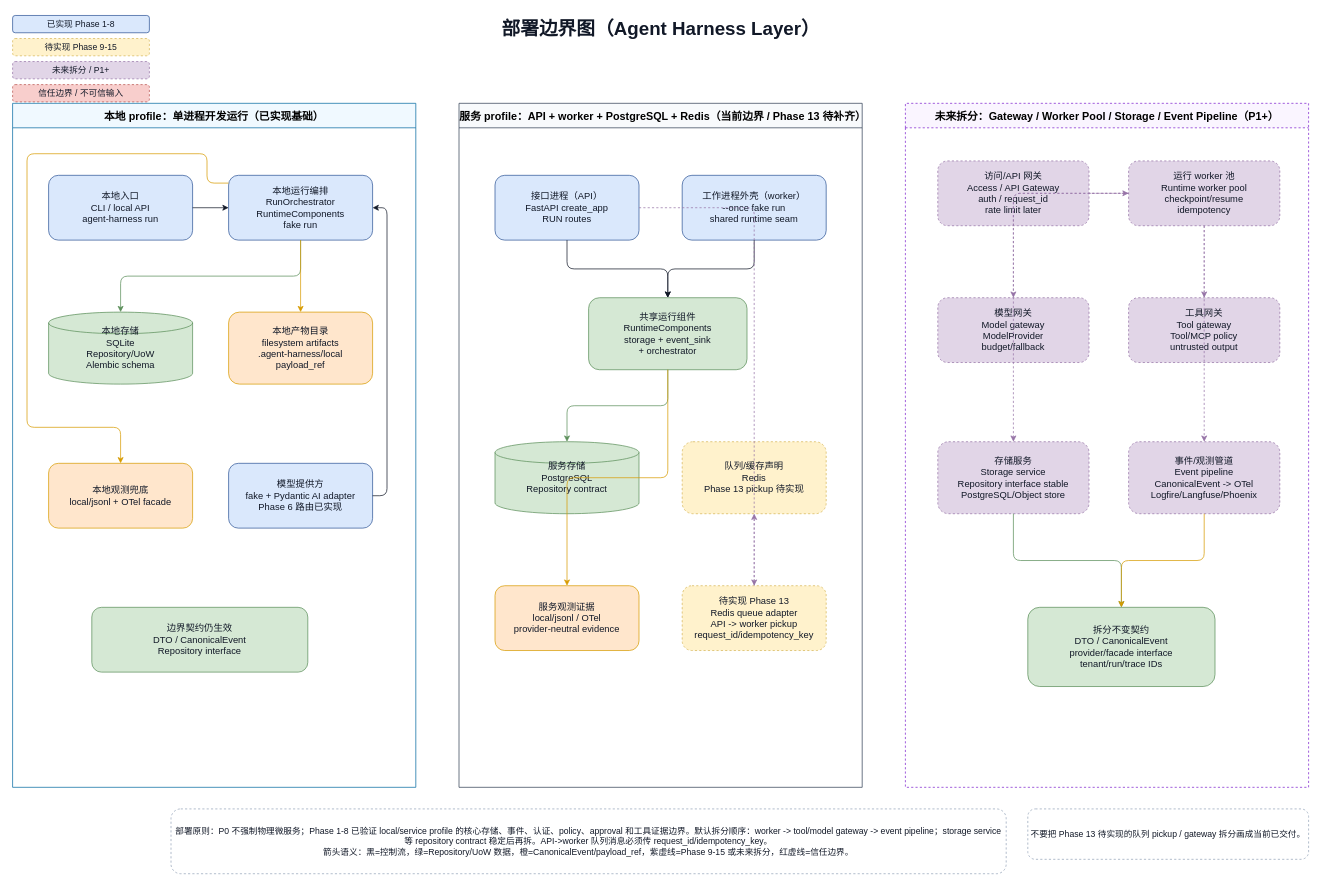
Before: docs/architecture/agent-harness-deployment-boundaries.drawio in wdmcheng/agent-harness-layer, a draw.io diagram. Source tidied: cells renumbered, new cells numbered last; positions are measured from the earlier drawing's top-left corner, leaving out a move shared by most shapes. Both pictures are drawn from the tidied source at 72%, with x=0, y=0 at pixel (12, 12).
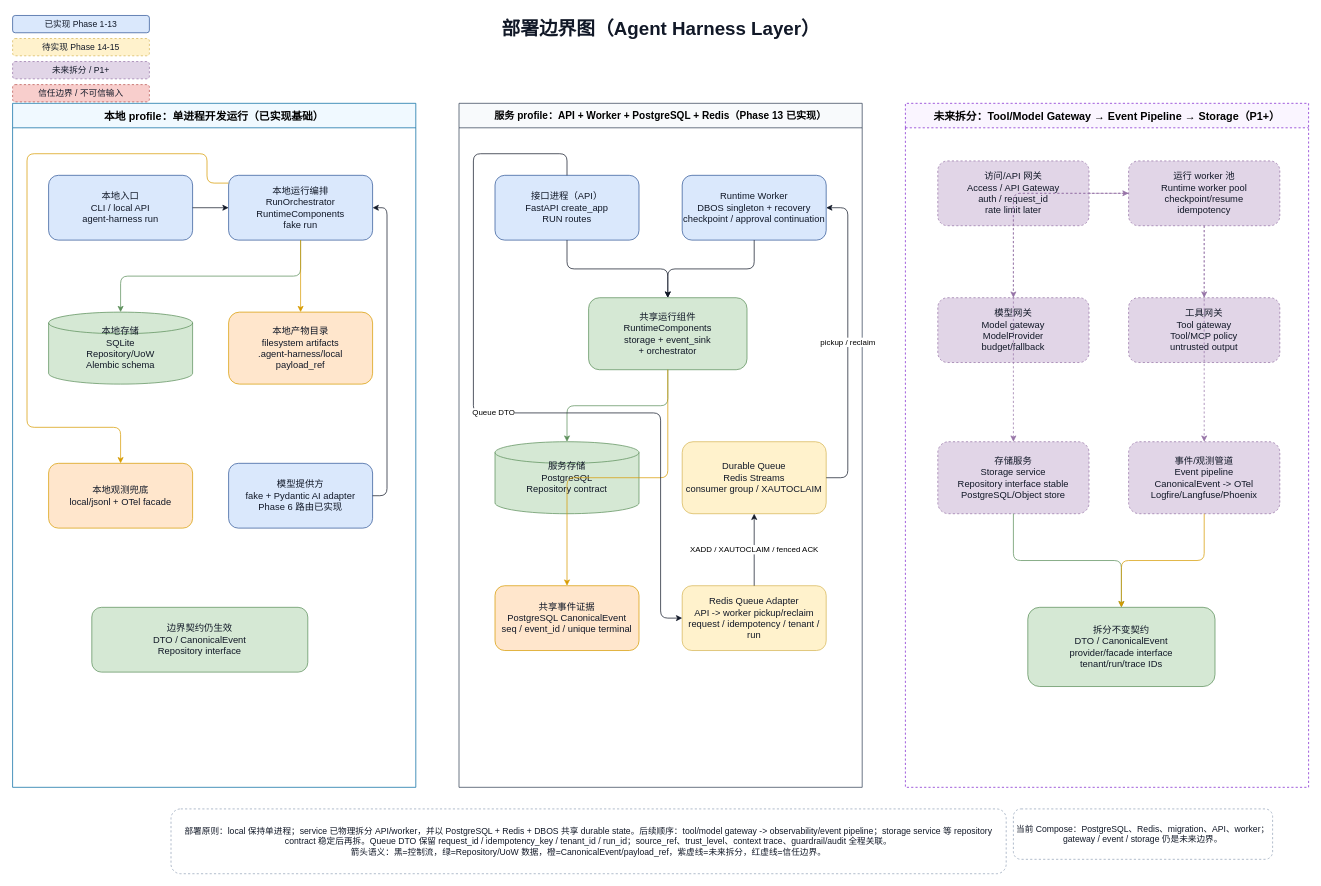
Above is the later version.

The change refers to these unchanged cells:
```xml
<mxCell id="19" value="接口进程（API）&#10;FastAPI create_app&#10;RUN routes" style="rounded=1;whiteSpace=wrap;html=1;fillColor=#dae8fc;strokeColor=#2f5597;fontColor=#111827;fontSize=13;" parent="8" vertex="1">
  <mxGeometry x="50" y="100" width="200" height="90" as="geometry" />
</mxCell>
```

The edit, as a diff of the source:
```diff
@@
-    <mxCell id="3" value="已实现 Phase 1-8" style="rounded=1;whiteSpace=wrap;html=1;fillColor=#dae8fc;strokeColor=#2f5597;fontColor=#111827;fontSize=13;fontSize=12;" parent="1" vertex="1">
+    <mxCell id="3" value="已实现 Phase 1-13" style="rounded=1;whiteSpace=wrap;html=1;fillColor=#dae8fc;strokeColor=#2f5597;fontColor=#111827;fontSize=13;fontSize=12;" parent="1" vertex="1">
       <mxGeometry y="4" width="190" height="24" as="geometry" />
     </mxCell>
-    <mxCell id="4" value="待实现 Phase 9-15" style="rounded=1;whiteSpace=wrap;html=1;fillColor=#fff2cc;strokeColor=#d6b656;fontColor=#111827;fontSize=13;dashed=1;fontSize=12;" parent="1" vertex="1">
+    <mxCell id="4" value="待实现 Phase 14-15" style="rounded=1;whiteSpace=wrap;html=1;fillColor=#fff2cc;strokeColor=#d6b656;fontColor=#111827;fontSize=13;dashed=1;fontSize=12;" parent="1" vertex="1">
       <mxGeometry y="36" width="190" height="24" as="geometry" />
     </mxCell>
@@
-    <mxCell id="8" value="服务 profile：API + worker + PostgreSQL + Redis（当前边界 / Phase 13 待补齐）" style="swimlane;startSize=34;html=1;whiteSpace=wrap;rounded=0;fontSize=15;fontStyle=1;fillColor=#f8fafc;strokeColor=#334155;" parent="1" vertex="1">
+    <mxCell id="8" value="服务 profile：API + Worker + PostgreSQL + Redis（Phase 13 已实现）" style="swimlane;startSize=34;html=1;whiteSpace=wrap;rounded=0;fontSize=14;fontStyle=1;fillColor=#f8fafc;strokeColor=#334155;" parent="1" vertex="1">
       <mxGeometry x="620" y="126" width="560" height="950" as="geometry" />
     </mxCell>
-    <mxCell id="9" value="未来拆分：Gateway / Worker Pool / Storage / Event Pipeline（P1+）" style="swimlane;startSize=34;html=1;whiteSpace=wrap;rounded=0;fontSize=15;fontStyle=1;fillColor=#faf5ff;strokeColor=#7e22ce;dashed=1;" parent="1" vertex="1">
+    <mxCell id="9" value="未来拆分：Tool/Model Gateway → Event Pipeline → Storage（P1+）" style="swimlane;startSize=34;html=1;whiteSpace=wrap;rounded=0;fontSize=15;fontStyle=1;fillColor=#faf5ff;strokeColor=#7e22ce;dashed=1;" parent="1" vertex="1">
       <mxGeometry x="1240" y="126" width="560" height="950" as="geometry" />
     </mxCell>
-    <mxCell id="10" value="部署原则：P0 不强制物理微服务；Phase 1-8 已验证 local/service profile 的核心存储、事件、认证、policy、approval 和工具证据边界。默认拆分顺序：worker -&gt; tool/model gateway -&gt; event pipeline；storage service 等 repository contract 稳定后再拆。API-&gt;worker 队列消息必须传 request_id/idempotency_key。&#10;箭头语义：黑=控制流，绿=Repository/UoW 数据，橙=CanonicalEvent/payload_ref，紫虚线=Phase 9-15 或未来拆分，红虚线=信任边界。" style="rounded=1;whiteSpace=wrap;html=1;fillColor=#ffffff;strokeColor=#94a3b8;fontColor=#111827;fontSize=12;dashed=1;" parent="1" vertex="1">
+    <mxCell id="10" value="部署原则：local 保持单进程；service 已物理拆分 API/worker，并以 PostgreSQL + Redis + DBOS 共享 durable state。后续顺序：tool/model gateway -&gt; observability/event pipeline；storage service 等 repository contract 稳定后再拆。Queue DTO 保留 request_id / idempotency_key / tenant_id / run_id；source_ref、trust_level、context trace、guardrail/audit 全程关联。&#10;箭头语义：黑=控制流，绿=Repository/UoW 数据，橙=CanonicalEvent/payload_ref，紫虚线=未来拆分，红虚线=信任边界。" style="rounded=1;whiteSpace=wrap;html=1;fillColor=#ffffff;strokeColor=#94a3b8;fontColor=#111827;fontSize=12;dashed=1;" parent="1" vertex="1">
       <mxGeometry x="220" y="1106" width="1160" height="90" as="geometry" />
     </mxCell>
-    <mxCell id="11" value="不要把 Phase 13 待实现的队列 pickup / gateway 拆分画成当前已交付。" style="rounded=1;whiteSpace=wrap;html=1;fillColor=#ffffff;strokeColor=#94a3b8;fontColor=#111827;fontSize=12;dashed=1;" parent="1" vertex="1">
-      <mxGeometry x="1410" y="1106" width="390" height="70" as="geometry" />
+    <mxCell id="11" value="当前 Compose：PostgreSQL、Redis、migration、API、worker；gateway / event / storage 仍是未来边界。" style="rounded=1;whiteSpace=wrap;html=1;fillColor=#ffffff;strokeColor=#94a3b8;fontColor=#111827;fontSize=12;dashed=1;" parent="1" vertex="1">
+      <mxGeometry x="1390" y="1106" width="360" height="70" as="geometry" />
     </mxCell>
@@
-    <mxCell id="20" value="工作进程外壳（worker）&#10;--once fake run&#10;shared runtime seam" style="rounded=1;whiteSpace=wrap;html=1;fillColor=#dae8fc;strokeColor=#2f5597;fontColor=#111827;fontSize=13;" parent="8" vertex="1">
+    <mxCell id="20" value="Runtime Worker&#10;DBOS singleton + recovery&#10;checkpoint / approval continuation" style="rounded=1;whiteSpace=wrap;html=1;fillColor=#dae8fc;strokeColor=#2f5597;fontColor=#111827;fontSize=13;" parent="8" vertex="1">
       <mxGeometry x="310" y="100" width="200" height="90" as="geometry" />
     </mxCell>
@@
-    <mxCell id="23" value="队列/缓存声明&#10;Redis&#10;Phase 13 pickup 待实现" style="rounded=1;whiteSpace=wrap;html=1;fillColor=#fff2cc;strokeColor=#d6b656;fontColor=#111827;fontSize=13;dashed=1;" parent="8" vertex="1">
+    <mxCell id="23" value="Durable Queue&#10;Redis Streams&#10;consumer group / XAUTOCLAIM" style="rounded=1;whiteSpace=wrap;html=1;fillColor=#fff2cc;strokeColor=#d6b656;fontColor=#111827;fontSize=13;" parent="8" vertex="1">
       <mxGeometry x="310" y="470" width="200" height="100" as="geometry" />
     </mxCell>
-    <mxCell id="24" value="服务观测证据&#10;local/jsonl / OTel&#10;provider-neutral evidence" style="rounded=1;whiteSpace=wrap;html=1;fillColor=#ffe6cc;strokeColor=#d79b00;fontColor=#111827;fontSize=13;" parent="8" vertex="1">
+    <mxCell id="24" value="共享事件证据&#10;PostgreSQL CanonicalEvent&#10;seq / event_id / unique terminal" style="rounded=1;whiteSpace=wrap;html=1;fillColor=#ffe6cc;strokeColor=#d79b00;fontColor=#111827;fontSize=13;" parent="8" vertex="1">
       <mxGeometry x="50" y="670" width="200" height="90" as="geometry" />
     </mxCell>
-    <mxCell id="25" value="待实现 Phase 13&#10;Redis queue adapter&#10;API -&gt; worker pickup&#10;request_id/idempotency_key" style="rounded=1;whiteSpace=wrap;html=1;fillColor=#fff2cc;strokeColor=#d6b656;fontColor=#111827;fontSize=13;dashed=1;" parent="8" vertex="1">
+    <mxCell id="25" value="Redis Queue Adapter&#10;API -&gt; worker pickup/reclaim&#10;request / idempotency / tenant / run" style="rounded=1;whiteSpace=wrap;html=1;fillColor=#fff2cc;strokeColor=#d6b656;fontColor=#111827;fontSize=13;" parent="8" vertex="1">
       <mxGeometry x="310" y="670" width="200" height="90" as="geometry" />
     </mxCell>
@@
-    <mxCell id="42" style="edgeStyle=orthogonalEdgeStyle;rounded=1;jettySize=auto;html=1;fontSize=11;labelBackgroundColor=#ffffff;strokeColor=#9673a6;dashed=1;" parent="1" edge="1" source="19" target="25">
-      <mxGeometry relative="1" as="geometry" />
+    <mxCell id="42" value="Queue DTO" style="edgeStyle=orthogonalEdgeStyle;rounded=1;jettySize=auto;html=1;fontSize=11;labelBackgroundColor=#ffffff;strokeColor=#111827;exitX=0.5;exitY=0;exitDx=0;exitDy=0;entryX=0;entryY=0.5;entryDx=0;entryDy=0;" parent="1" edge="1" source="19" target="25">
+      <mxGeometry relative="1" as="geometry">
+        <Array as="points">
+          <mxPoint x="770" y="196" />
+          <mxPoint x="640" y="196" />
+          <mxPoint x="640" y="556" />
+          <mxPoint x="900" y="556" />
+          <mxPoint x="900" y="841" />
+        </Array>
+      </mxGeometry>
     </mxCell>
-    <mxCell id="43" style="edgeStyle=orthogonalEdgeStyle;rounded=1;jettySize=auto;html=1;fontSize=11;labelBackgroundColor=#ffffff;strokeColor=#9673a6;dashed=1;" parent="1" edge="1" source="25" target="23">
+    <mxCell id="43" value="XADD / XAUTOCLAIM / fenced ACK" style="edgeStyle=orthogonalEdgeStyle;rounded=1;jettySize=auto;html=1;fontSize=11;labelBackgroundColor=#ffffff;strokeColor=#111827;" parent="1" edge="1" source="25" target="23">
       <mxGeometry relative="1" as="geometry" />
     </mxCell>
+    <mxCell id="51" value="pickup / reclaim" style="edgeStyle=orthogonalEdgeStyle;rounded=1;jettySize=auto;html=1;fontSize=11;labelBackgroundColor=#ffffff;strokeColor=#111827;exitX=1;exitY=0.5;exitDx=0;exitDy=0;entryX=1;entryY=0.5;entryDx=0;entryDy=0;" parent="1" edge="1" source="23" target="20">
+      <mxGeometry relative="1" as="geometry">
+        <Array as="points">
+          <mxPoint x="1160" y="646" />
+          <mxPoint x="1160" y="271" />
+        </Array>
+      </mxGeometry>
+    </mxCell>
```
